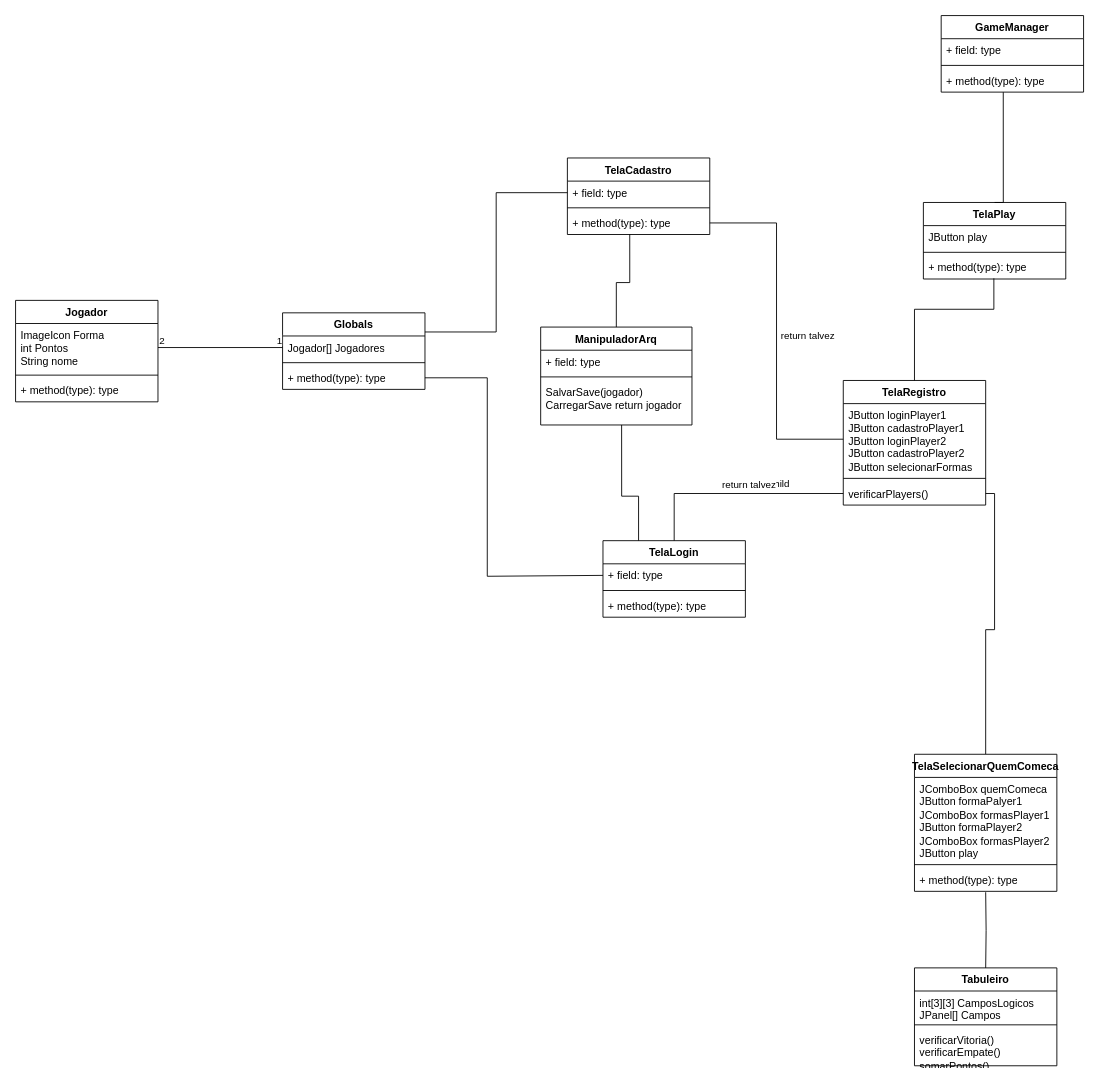
Before: Diagrama classes.drawio in DEV-0ne-Jao/Jogo-da-Velha, a draw.io diagram. Source tidied: cells renumbered, new cells numbered last; positions are measured from the earlier drawing's top-left corner, leaving out a move shared by most shapes. Both pictures are drawn from the tidied source at 89%, with x=0, y=0 at pixel (15, 15).
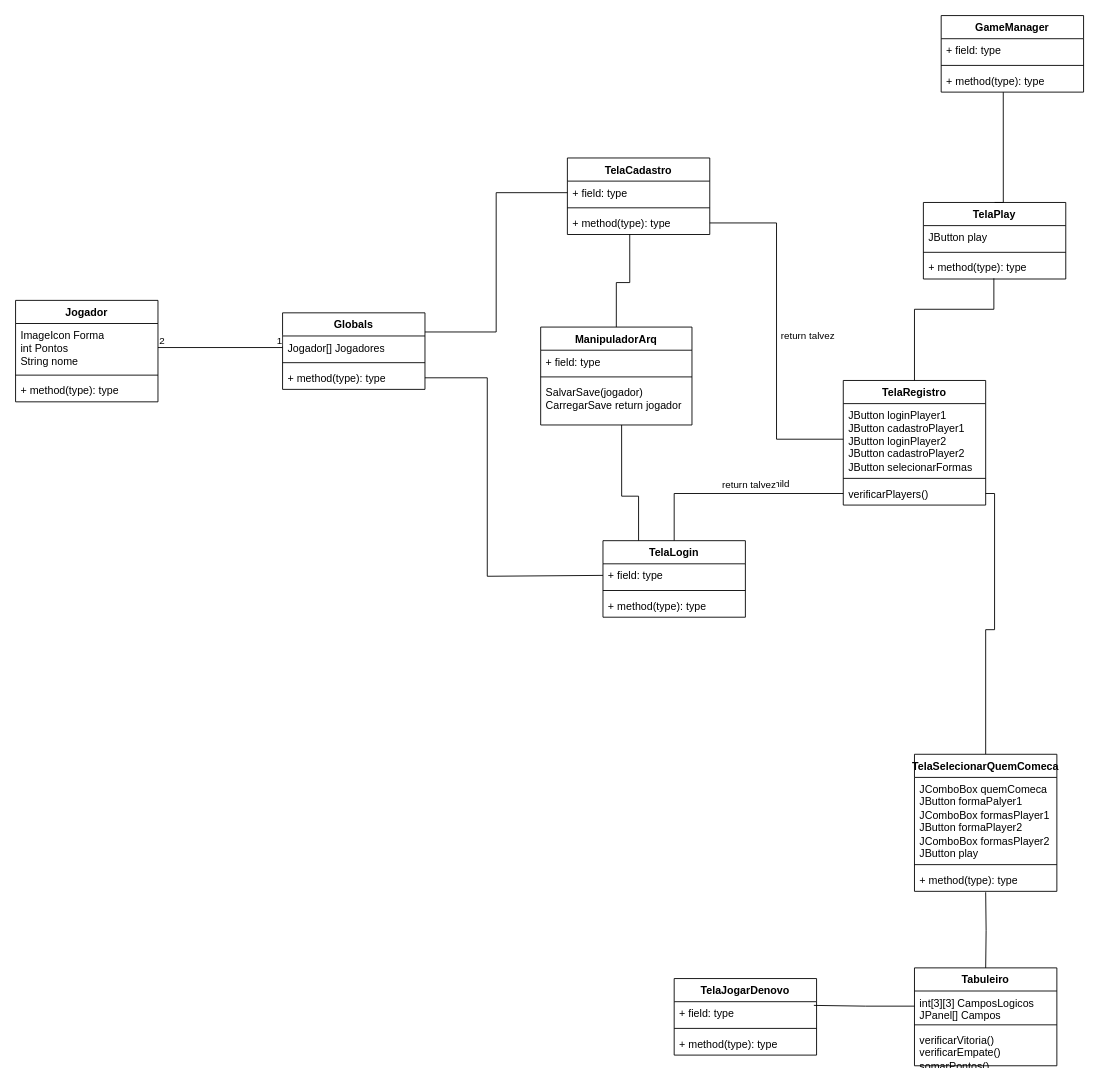
The same diagram, later.

The change refers to these unchanged cells:
```xml
<mxCell id="7" value="int[3][3] CamposLogicos&lt;div&gt;JPanel[] Campos&lt;/div&gt;" style="text;strokeColor=none;fillColor=none;align=left;verticalAlign=top;spacingLeft=4;spacingRight=4;overflow=hidden;points=[[0,0.5],[1,0.5]];portConstraint=eastwest;whiteSpace=wrap;html=1;" parent="6" vertex="1">
  <mxGeometry y="26" width="160" height="34" as="geometry" />
</mxCell>
```

The edit, as a diff of the source:
```diff
@@
+    <mxCell id="58" value="TelaJogarDenovo" style="swimlane;fontStyle=1;align=center;verticalAlign=top;horizontal=1;startSize=26;whiteSpace=wrap;html=1;" parent="1" vertex="1">
+      <mxGeometry x="740" y="1082" width="160" height="86" as="geometry" />
+    </mxCell>
+    <mxCell id="59" value="+ field: type" style="text;strokeColor=none;fillColor=none;align=left;verticalAlign=top;spacingLeft=4;spacingRight=4;overflow=hidden;points=[[0,0.5],[1,0.5]];portConstraint=eastwest;whiteSpace=wrap;html=1;" parent="58" vertex="1">
+      <mxGeometry y="26" width="160" height="26" as="geometry" />
+    </mxCell>
+    <mxCell id="60" style="line;strokeWidth=1;fillColor=none;align=left;verticalAlign=middle;spacingTop=-1;spacingLeft=3;spacingRight=3;labelPosition=right;strokeColor=inherit;" parent="58" vertex="1">
+      <mxGeometry y="52" width="160" height="8" as="geometry" />
+    </mxCell>
+    <mxCell id="61" value="+ method(type): type" style="text;strokeColor=none;fillColor=none;align=left;verticalAlign=top;spacingLeft=4;spacingRight=4;overflow=hidden;whiteSpace=wrap;html=1;" parent="58" vertex="1">
+      <mxGeometry y="60" width="160" height="26" as="geometry" />
+    </mxCell>
+    <mxCell id="62" style="endArrow=none;html=1;edgeStyle=orthogonalEdgeStyle;rounded=0;entryX=0.981;entryY=0.16;entryDx=0;entryDy=0;entryPerimeter=0;exitX=0;exitY=0.5;exitDx=0;exitDy=0;" parent="1" edge="1" source="7" target="59">
+      <mxGeometry relative="1" as="geometry" />
+    </mxCell>
```
